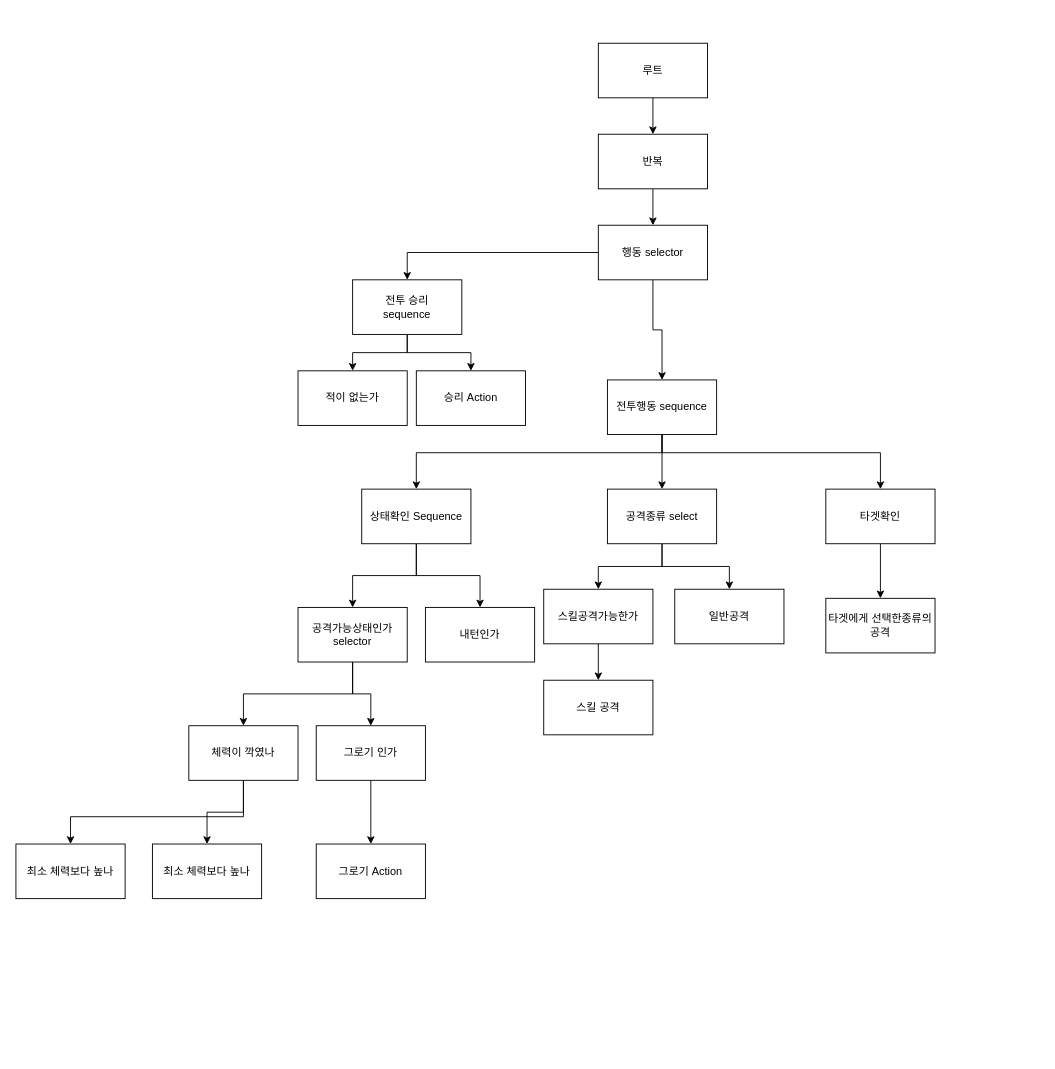
Above: BT.drawio in JeongJunSoo94/NeglectTypeRPGGameLP (draw.io), before the change. Source tidied: cells renumbered, new cells numbered last; positions are measured from the earlier drawing's top-left corner, leaving out a move shared by most shapes. Both pictures are drawn from the tidied source at 91%, with x=0, y=0 at pixel (15, 43).
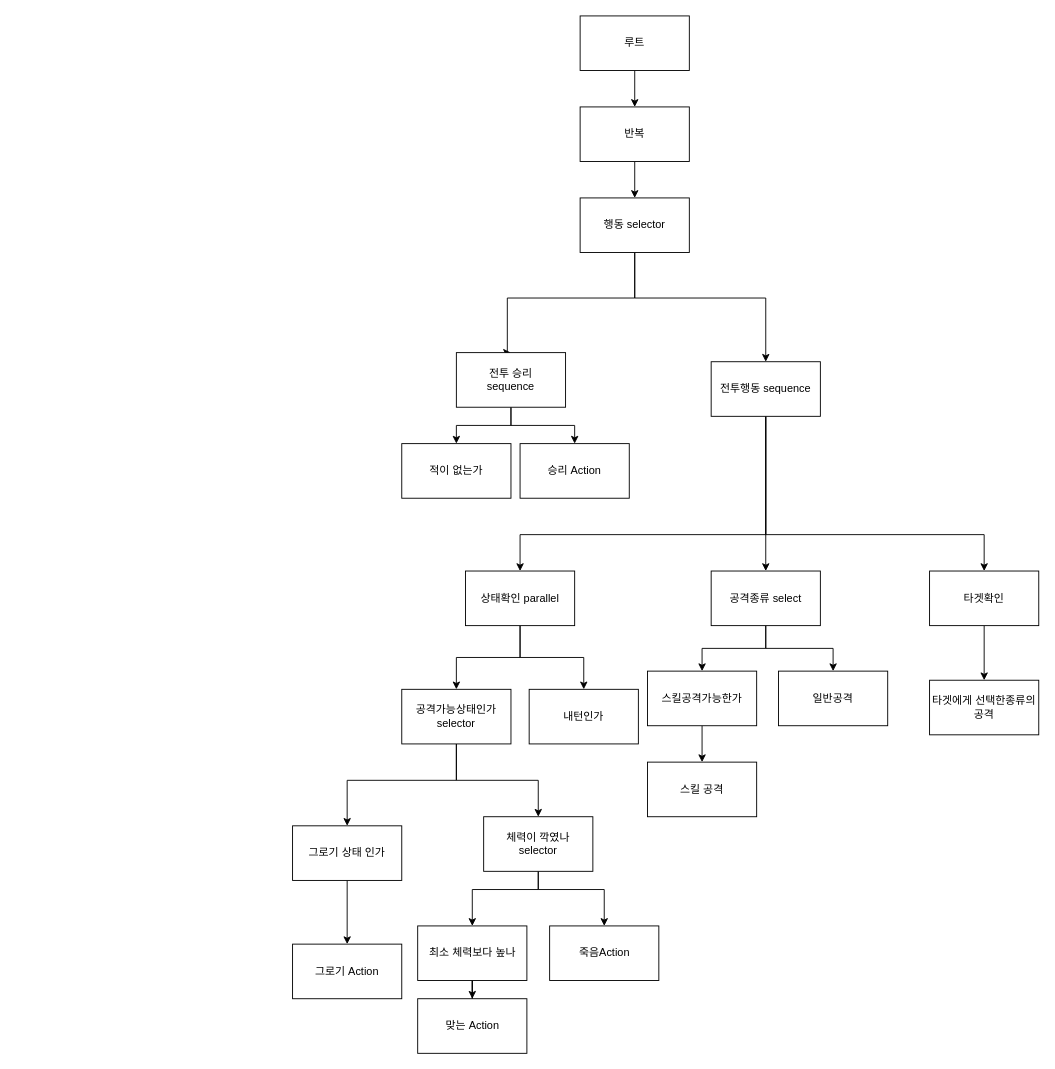
The same diagram, later.

The edit, as a diff of the source:
```diff
@@
     <mxCell id="3" value="루트" style="rounded=0;whiteSpace=wrap;html=1;" parent="1" vertex="1">
-      <mxGeometry x="640" width="120" height="60" as="geometry" />
+      <mxGeometry x="620" y="-30" width="120" height="60" as="geometry" />
     </mxCell>
@@
     <mxCell id="5" value="반복" style="rounded=0;whiteSpace=wrap;html=1;" parent="1" vertex="1">
-      <mxGeometry x="640" y="100" width="120" height="60" as="geometry" />
+      <mxGeometry x="620" y="70" width="120" height="60" as="geometry" />
     </mxCell>
@@
     <mxCell id="7" value="타겟확인" style="rounded=0;whiteSpace=wrap;html=1;" parent="1" vertex="1">
-      <mxGeometry x="890" y="490" width="120" height="60" as="geometry" />
+      <mxGeometry x="1004" y="580" width="120" height="60" as="geometry" />
     </mxCell>
@@
     <mxCell id="10" value="공격종류 select" style="rounded=0;whiteSpace=wrap;html=1;" parent="1" vertex="1">
-      <mxGeometry x="650" y="490" width="120" height="60" as="geometry" />
+      <mxGeometry x="764" y="580" width="120" height="60" as="geometry" />
     </mxCell>
@@
-    <mxCell id="13" value="상태확인 Sequence" style="rounded=0;whiteSpace=wrap;html=1;" parent="1" vertex="1">
-      <mxGeometry x="380" y="490" width="120" height="60" as="geometry" />
+    <mxCell id="13" value="상태확인 parallel" style="rounded=0;whiteSpace=wrap;html=1;" parent="1" vertex="1">
+      <mxGeometry x="494" y="580" width="120" height="60" as="geometry" />
     </mxCell>
@@
     <mxCell id="15" value="스킬공격가능한가" style="rounded=0;whiteSpace=wrap;html=1;" parent="1" vertex="1">
-      <mxGeometry x="580" y="600" width="120" height="60" as="geometry" />
+      <mxGeometry x="694" y="690" width="120" height="60" as="geometry" />
     </mxCell>
     <mxCell id="16" value="일반공격" style="rounded=0;whiteSpace=wrap;html=1;" parent="1" vertex="1">
-      <mxGeometry x="724" y="600" width="120" height="60" as="geometry" />
+      <mxGeometry x="838" y="690" width="120" height="60" as="geometry" />
     </mxCell>
     <mxCell id="17" style="edgeStyle=orthogonalEdgeStyle;rounded=0;jettySize=auto;html=1;" parent="1" edge="1" source="20" target="13">
       <mxGeometry relative="1" as="geometry">
         <Array as="points">
-          <mxPoint x="710" y="450" />
-          <mxPoint x="440" y="450" />
+          <mxPoint x="824" y="540" />
+          <mxPoint x="554" y="540" />
         </Array>
       </mxGeometry>
     </mxCell>
     <mxCell id="18" style="edgeStyle=orthogonalEdgeStyle;rounded=0;jettySize=auto;html=1;entryX=0.5;entryY=0;entryDx=0;entryDy=0;" parent="1" edge="1" source="20" target="7">
       <mxGeometry relative="1" as="geometry">
         <Array as="points">
-          <mxPoint x="710" y="450" />
-          <mxPoint x="950" y="450" />
+          <mxPoint x="824" y="540" />
+          <mxPoint x="1064" y="540" />
         </Array>
       </mxGeometry>
     </mxCell>
     <mxCell id="19" style="edgeStyle=orthogonalEdgeStyle;rounded=0;jettySize=auto;html=1;entryX=0.5;entryY=0;entryDx=0;entryDy=0;" parent="1" edge="1" source="20" target="10">
       <mxGeometry relative="1" as="geometry">
         <Array as="points">
-          <mxPoint x="710" y="480" />
-          <mxPoint x="710" y="480" />
+          <mxPoint x="824" y="570" />
+          <mxPoint x="824" y="570" />
         </Array>
       </mxGeometry>
     </mxCell>
     <mxCell id="20" value="전투행동 sequence" style="rounded=0;whiteSpace=wrap;html=1;" parent="1" vertex="1">
-      <mxGeometry x="650" y="370" width="120" height="60" as="geometry" />
+      <mxGeometry x="764" y="350" width="120" height="60" as="geometry" />
     </mxCell>
     <mxCell id="21" value="내턴인가" style="rounded=0;whiteSpace=wrap;html=1;" parent="1" vertex="1">
-      <mxGeometry x="450" y="620" width="120" height="60" as="geometry" />
+      <mxGeometry x="564" y="710" width="120" height="60" as="geometry" />
     </mxCell>
@@
     <mxCell id="23" style="edgeStyle=orthogonalEdgeStyle;rounded=0;jettySize=auto;html=1;entryX=0.5;entryY=0;entryDx=0;entryDy=0;" parent="1" edge="1" source="24" target="38">
-      <mxGeometry relative="1" as="geometry" />
+      <mxGeometry relative="1" as="geometry">
+        <Array as="points">
+          <mxPoint x="484" y="810" />
+          <mxPoint x="364" y="810" />
+        </Array>
+      </mxGeometry>
     </mxCell>
     <mxCell id="24" value="공격가능상태인가&lt;br&gt;selector" style="rounded=0;whiteSpace=wrap;html=1;" parent="1" vertex="1">
-      <mxGeometry x="310" y="620" width="120" height="60" as="geometry" />
+      <mxGeometry x="424" y="710" width="120" height="60" as="geometry" />
     </mxCell>
     <mxCell id="25" value="타겟에게 선택한종류의 공격" style="rounded=0;whiteSpace=wrap;html=1;" parent="1" vertex="1">
-      <mxGeometry x="890" y="610" width="120" height="60" as="geometry" />
+      <mxGeometry x="1004" y="700" width="120" height="60" as="geometry" />
     </mxCell>
     <mxCell id="26" style="edgeStyle=orthogonalEdgeStyle;rounded=0;jettySize=auto;html=1;entryX=0.5;entryY=0;entryDx=0;entryDy=0;" parent="1" edge="1" source="28" target="20">
-      <mxGeometry relative="1" as="geometry" />
+      <mxGeometry relative="1" as="geometry">
+        <Array as="points">
+          <mxPoint x="680" y="280" />
+          <mxPoint x="824" y="280" />
+        </Array>
+      </mxGeometry>
     </mxCell>
     <mxCell id="27" style="edgeStyle=orthogonalEdgeStyle;rounded=0;jettySize=auto;html=1;entryX=0.5;entryY=0;entryDx=0;entryDy=0;" parent="1" edge="1" source="28" target="31">
-      <mxGeometry relative="1" as="geometry" />
+      <mxGeometry relative="1" as="geometry">
+        <Array as="points">
+          <mxPoint x="680" y="280" />
+          <mxPoint x="540" y="280" />
+          <mxPoint x="540" y="340" />
+        </Array>
+      </mxGeometry>
     </mxCell>
     <mxCell id="28" value="행동 selector" style="rounded=0;whiteSpace=wrap;html=1;" parent="1" vertex="1">
-      <mxGeometry x="640" y="200" width="120" height="60" as="geometry" />
+      <mxGeometry x="620" y="170" width="120" height="60" as="geometry" />
     </mxCell>
@@
     <mxCell id="31" value="전투 승리&lt;br&gt;sequence" style="rounded=0;whiteSpace=wrap;html=1;" parent="1" vertex="1">
-      <mxGeometry x="370" y="260" width="120" height="60" as="geometry" />
+      <mxGeometry x="484" y="340" width="120" height="60" as="geometry" />
     </mxCell>
     <mxCell id="32" value="적이 없는가" style="rounded=0;whiteSpace=wrap;html=1;" parent="1" vertex="1">
-      <mxGeometry x="310" y="360" width="120" height="60" as="geometry" />
+      <mxGeometry x="424" y="440" width="120" height="60" as="geometry" />
     </mxCell>
     <mxCell id="33" value="승리 Action" style="rounded=0;whiteSpace=wrap;html=1;" parent="1" vertex="1">
-      <mxGeometry x="440" y="360" width="120" height="60" as="geometry" />
+      <mxGeometry x="554" y="440" width="120" height="60" as="geometry" />
     </mxCell>
-    <mxCell id="34" style="edgeStyle=orthogonalEdgeStyle;rounded=0;jettySize=auto;html=1;" parent="1" edge="1" source="36" target="40">
+    <mxCell id="34" style="edgeStyle=orthogonalEdgeStyle;rounded=0;jettySize=auto;html=1;entryX=0.5;entryY=0;entryDx=0;entryDy=0;exitX=0.5;exitY=1;exitDx=0;exitDy=0;" parent="1" edge="1" source="36" target="40">
       <mxGeometry relative="1" as="geometry">
         <Array as="points">
-          <mxPoint x="250" y="850" />
-          <mxPoint x="60" y="850" />
+          <mxPoint x="574" y="930" />
+          <mxPoint x="502" y="930" />
         </Array>
       </mxGeometry>
     </mxCell>
-    <mxCell id="35" style="edgeStyle=orthogonalEdgeStyle;rounded=0;jettySize=auto;html=1;" parent="1" edge="1" source="36" target="41">
-      <mxGeometry relative="1" as="geometry" />
+    <mxCell id="35" style="edgeStyle=orthogonalEdgeStyle;rounded=0;jettySize=auto;html=1;entryX=0.5;entryY=0;entryDx=0;entryDy=0;exitX=0.5;exitY=1;exitDx=0;exitDy=0;" parent="1" edge="1" source="36" target="41">
+      <mxGeometry relative="1" as="geometry">
+        <Array as="points">
+          <mxPoint x="574" y="910" />
+          <mxPoint x="574" y="930" />
+          <mxPoint x="647" y="930" />
+        </Array>
+      </mxGeometry>
     </mxCell>
-    <mxCell id="36" value="체력이 깍였나" style="rounded=0;whiteSpace=wrap;html=1;" parent="1" vertex="1">
-      <mxGeometry x="190" y="750" width="120" height="60" as="geometry" />
+    <mxCell id="36" value="체력이 깍였나&lt;br&gt;selector" style="rounded=0;whiteSpace=wrap;html=1;" parent="1" vertex="1">
+      <mxGeometry x="514" y="850" width="120" height="60" as="geometry" />
     </mxCell>
@@
-    <mxCell id="38" value="그로기 인가" style="rounded=0;whiteSpace=wrap;html=1;" parent="1" vertex="1">
-      <mxGeometry x="330" y="750" width="120" height="60" as="geometry" />
+    <mxCell id="38" value="그로기 상태 인가" style="rounded=0;whiteSpace=wrap;html=1;" parent="1" vertex="1">
+      <mxGeometry x="304" y="860" width="120" height="60" as="geometry" />
     </mxCell>
     <mxCell id="39" value="그로기 Action" style="rounded=0;whiteSpace=wrap;html=1;" parent="1" vertex="1">
-      <mxGeometry x="330" y="880" width="120" height="60" as="geometry" />
+      <mxGeometry x="304" y="990" width="120" height="60" as="geometry" />
     </mxCell>
+    <mxCell id="43" style="edgeStyle=orthogonalEdgeStyle;rounded=0;jettySize=auto;html=1;entryX=0.5;entryY=0;entryDx=0;entryDy=0;" parent="1" edge="1" source="40" target="44">
+      <mxGeometry relative="1" as="geometry" />
+    </mxCell>
     <mxCell id="40" value="최소 체력보다 높나" style="rounded=0;whiteSpace=wrap;html=1;" parent="1" vertex="1">
-      <mxGeometry y="880" width="120" height="60" as="geometry" />
+      <mxGeometry x="441.5" y="970" width="120" height="60" as="geometry" />
     </mxCell>
-    <mxCell id="41" value="최소 체력보다 높나" style="rounded=0;whiteSpace=wrap;html=1;" parent="1" vertex="1">
-      <mxGeometry x="150" y="880" width="120" height="60" as="geometry" />
+    <mxCell id="41" value="죽음Action" style="rounded=0;whiteSpace=wrap;html=1;" parent="1" vertex="1">
+      <mxGeometry x="586.5" y="970" width="120" height="60" as="geometry" />
     </mxCell>
     <mxCell id="42" value="스킬 공격" style="rounded=0;whiteSpace=wrap;html=1;" parent="1" vertex="1">
-      <mxGeometry x="580" y="700" width="120" height="60" as="geometry" />
+      <mxGeometry x="694" y="790" width="120" height="60" as="geometry" />
     </mxCell>
+    <mxCell id="44" value="맞는 Action" style="rounded=0;whiteSpace=wrap;html=1;" parent="1" vertex="1">
+      <mxGeometry x="441.5" y="1050" width="120" height="60" as="geometry" />
+    </mxCell>
```
